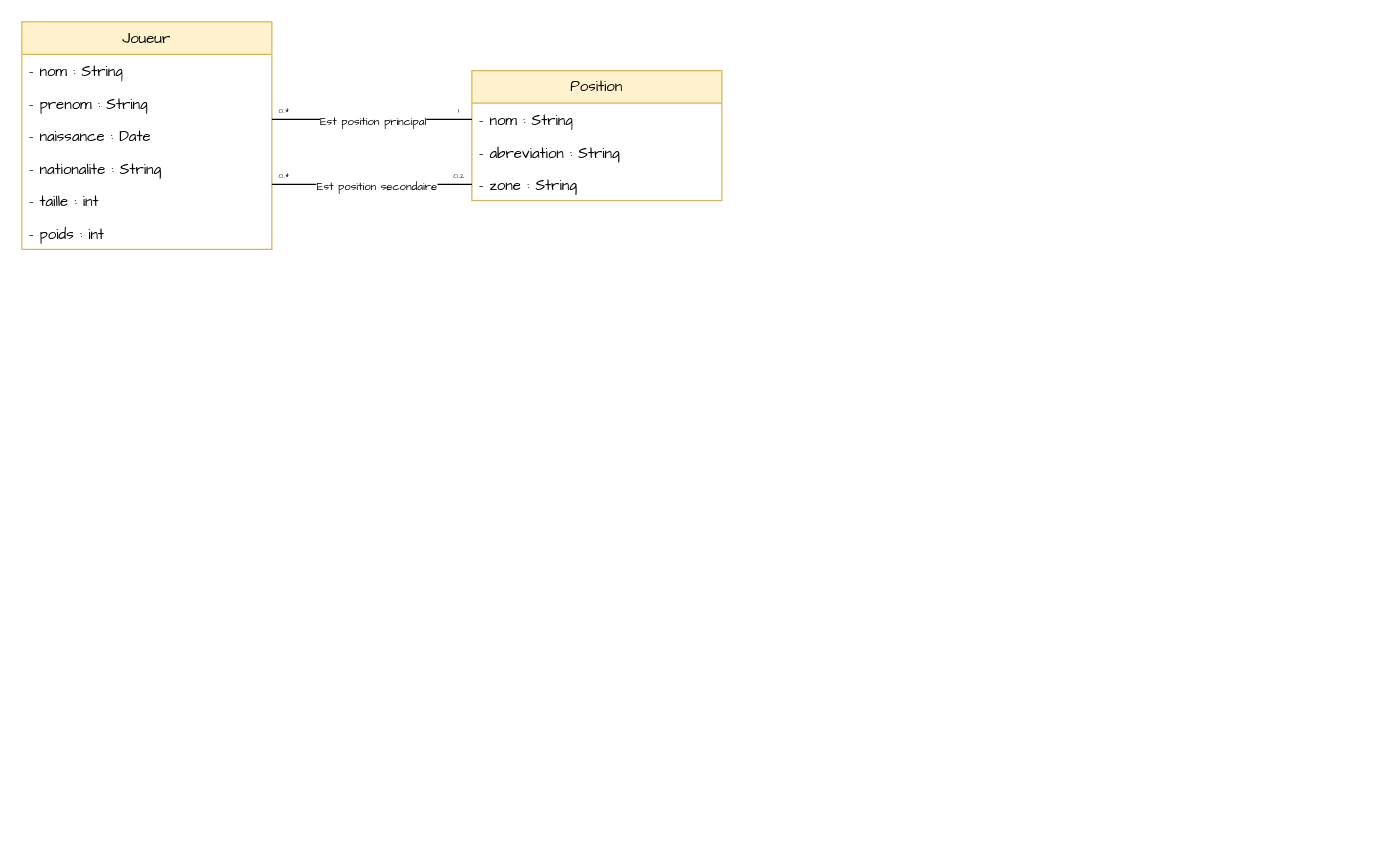
Above: diagramme_classes.drawio in alexandrerahir/PulseCoaching (draw.io), before the change. Source tidied: cells renumbered, new cells numbered last; positions are measured from the earlier drawing's top-left corner, leaving out a move shared by most shapes. Both pictures are drawn from the tidied source at 125%, with x=0, y=0 at pixel (21, 21).
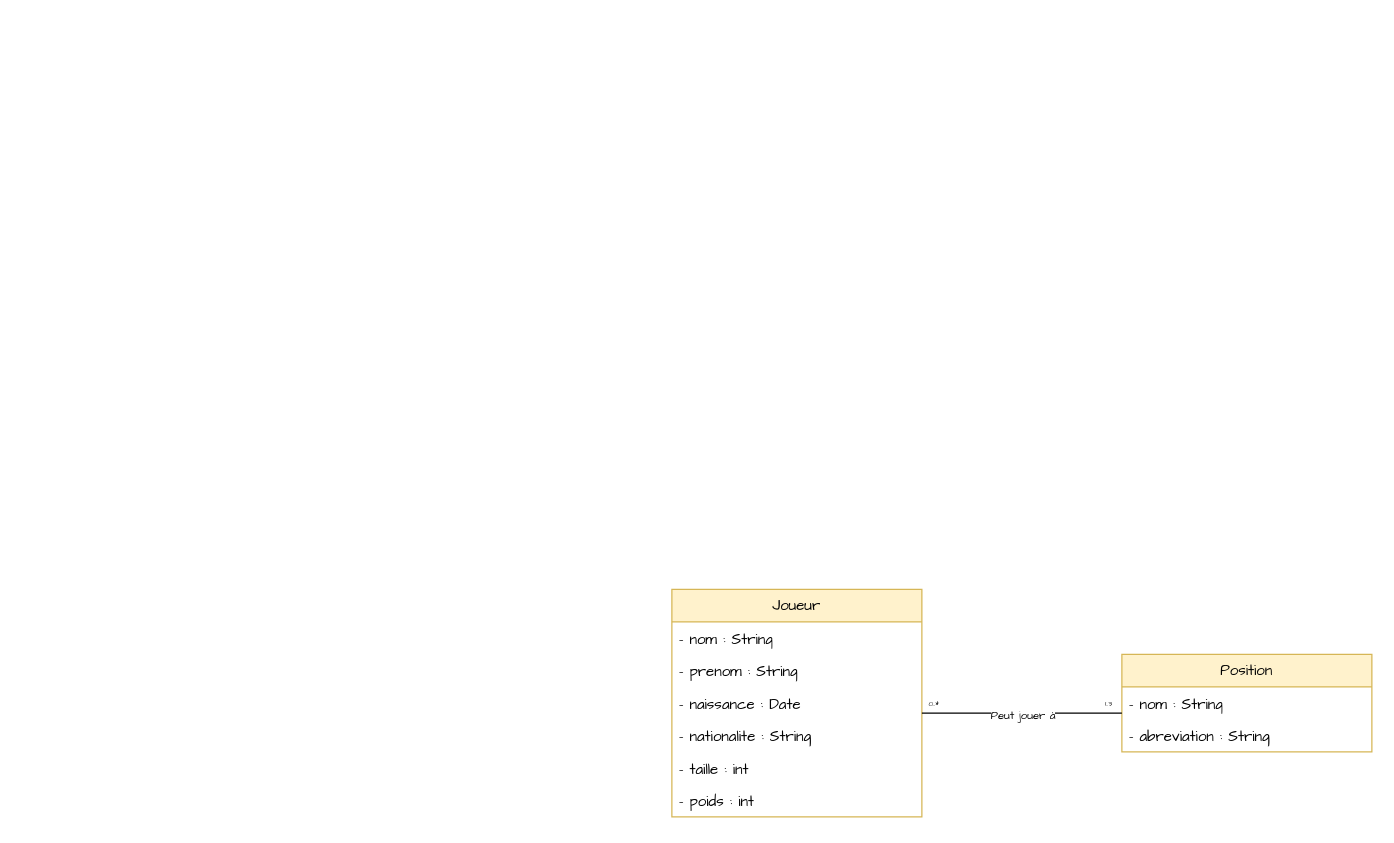
The same diagram, later.

Commit message (it also covers changes not shown here):
Implémentation de la classe Position dans la classe Joueur

Unchanged cells that the change refers to:
```xml
<mxCell id="5" value="&lt;font face=&quot;Comic Sans MS&quot;&gt;- naissance : Date&lt;/font&gt;" style="text;strokeColor=none;fillColor=none;align=left;verticalAlign=top;spacingLeft=4;spacingRight=4;overflow=hidden;points=[[0,0.5],[1,0.5]];portConstraint=eastwest;whiteSpace=wrap;html=1;" parent="2" vertex="1">
  <mxGeometry y="78" width="200" height="26" as="geometry" />
</mxCell>
<mxCell id="7" value="&lt;font face=&quot;Comic Sans MS&quot;&gt;- taille : int&lt;/font&gt;" style="text;strokeColor=none;fillColor=none;align=left;verticalAlign=top;spacingLeft=4;spacingRight=4;overflow=hidden;points=[[0,0.5],[1,0.5]];portConstraint=eastwest;whiteSpace=wrap;html=1;" parent="2" vertex="1">
  <mxGeometry y="130" width="200" height="26" as="geometry" />
</mxCell>
<mxCell id="10" value="&lt;font style=&quot;&quot; face=&quot;Comic Sans MS&quot;&gt;- nom : String&lt;/font&gt;" style="text;strokeColor=none;fillColor=none;align=left;verticalAlign=top;spacingLeft=4;spacingRight=4;overflow=hidden;points=[[0,0.5],[1,0.5]];portConstraint=eastwest;whiteSpace=wrap;html=1;" parent="9" vertex="1">
  <mxGeometry y="26" width="200" height="26" as="geometry" />
</mxCell>
```

Diff of the diagram source:
```diff
@@
     <mxCell id="2" value="&lt;font face=&quot;Comic Sans MS&quot;&gt;Joueur&lt;/font&gt;" style="swimlane;fontStyle=0;horizontal=1;startSize=26;fillColor=#fff2cc;whiteSpace=wrap;html=1;strokeColor=#d6b656;" parent="1" vertex="1">
-      <mxGeometry width="200" height="182" as="geometry" />
+      <mxGeometry x="520" y="454" width="200" height="182" as="geometry" />
     </mxCell>
@@
     <mxCell id="9" value="&lt;font face=&quot;Comic Sans MS&quot;&gt;Position&lt;/font&gt;" style="swimlane;fontStyle=0;horizontal=1;startSize=26;fillColor=#fff2cc;whiteSpace=wrap;html=1;strokeColor=#d6b656;" parent="1" vertex="1">
-      <mxGeometry x="360" y="39" width="200" height="104" as="geometry" />
+      <mxGeometry x="880" y="506" width="200" height="78" as="geometry" />
     </mxCell>
@@
-    <mxCell id="12" value="&lt;font style=&quot;&quot; face=&quot;Comic Sans MS&quot;&gt;- zone : String&lt;/font&gt;" style="text;strokeColor=none;fillColor=none;align=left;verticalAlign=top;spacingLeft=4;spacingRight=4;overflow=hidden;points=[[0,0.5],[1,0.5]];portConstraint=eastwest;whiteSpace=wrap;html=1;" parent="9" vertex="1">
-      <mxGeometry y="78" width="200" height="26" as="geometry" />
-    </mxCell>
-    <mxCell id="13" style="edgeStyle=orthogonalEdgeStyle;rounded=0;jettySize=auto;html=1;entryX=0;entryY=0.5;entryDx=0;entryDy=0;endArrow=none;startFill=0;" parent="1" edge="1" source="5" target="10">
-      <mxGeometry relative="1" as="geometry">
-        <Array as="points">
-          <mxPoint x="240" y="78" />
-          <mxPoint x="240" y="78" />
-        </Array>
-      </mxGeometry>
-    </mxCell>
-    <mxCell id="14" value="&lt;font style=&quot;font-size: 9px;&quot; face=&quot;Comic Sans MS&quot;&gt;Est position principal&lt;/font&gt;" style="edgeLabel;html=1;align=center;verticalAlign=middle;" parent="13" vertex="1">
-      <mxGeometry x="0.15" relative="1" as="geometry">
-        <mxPoint x="-12" as="offset" />
-      </mxGeometry>
-    </mxCell>
-    <mxCell id="15" style="edgeStyle=orthogonalEdgeStyle;rounded=0;jettySize=auto;html=1;entryX=0;entryY=0.5;entryDx=0;entryDy=0;endArrow=none;startFill=0;" parent="1" edge="1" source="7" target="12">
+    <mxCell id="15" style="edgeStyle=orthogonalEdgeStyle;rounded=0;orthogonalLoop=1;jettySize=auto;html=1;entryX=1;entryY=0;entryDx=0;entryDy=0;endArrow=none;startFill=0;" parent="1" edge="1">
       <mxGeometry relative="1" as="geometry">
+        <mxPoint x="720" y="553" as="sourcePoint" />
+        <mxPoint x="880" y="553" as="targetPoint" />
         <Array as="points">
-          <mxPoint x="240" y="130" />
-          <mxPoint x="240" y="130" />
+          <mxPoint x="720" y="553" />
         </Array>
       </mxGeometry>
     </mxCell>
-    <mxCell id="16" value="&lt;font face=&quot;Comic Sans MS&quot; style=&quot;font-size: 9px;&quot;&gt;Est position secondaire&lt;/font&gt;" style="edgeLabel;html=1;align=center;verticalAlign=middle;" parent="15" vertex="1">
-      <mxGeometry x="0.04" relative="1" as="geometry" />
-    </mxCell>
-    <mxCell id="17" value="&lt;font face=&quot;Comic Sans MS&quot; style=&quot;font-size: 6px;&quot;&gt;0..*&lt;/font&gt;" style="text;html=1;align=center;verticalAlign=middle;whiteSpace=wrap;rounded=0;" parent="1" vertex="1">
-      <mxGeometry x="200" y="60" width="20" height="18" as="geometry" />
-    </mxCell>
-    <mxCell id="18" value="&lt;font face=&quot;Comic Sans MS&quot; style=&quot;font-size: 6px;&quot;&gt;1&lt;/font&gt;" style="text;html=1;align=center;verticalAlign=middle;whiteSpace=wrap;rounded=0;" parent="1" vertex="1">
-      <mxGeometry x="340" y="60" width="20" height="18" as="geometry" />
-    </mxCell>
-    <mxCell id="19" value="&lt;font face=&quot;Comic Sans MS&quot; style=&quot;font-size: 6px;&quot;&gt;0..2&lt;/font&gt;" style="text;html=1;align=center;verticalAlign=middle;whiteSpace=wrap;rounded=0;" parent="1" vertex="1">
-      <mxGeometry x="340" y="112" width="20" height="18" as="geometry" />
-    </mxCell>
+    <mxCell id="21" value="&lt;span style=&quot;font-family: &amp;quot;Comic Sans MS&amp;quot;; font-size: 9px;&quot;&gt;Peut jouer à&lt;/span&gt;" style="edgeLabel;html=1;align=center;verticalAlign=middle;" parent="15" vertex="1">
+      <mxGeometry x="-0.1" y="1" relative="1" as="geometry">
+        <mxPoint x="8" y="1" as="offset" />
+      </mxGeometry>
+    </mxCell>
     <mxCell id="20" value="&lt;font face=&quot;Comic Sans MS&quot; style=&quot;font-size: 6px;&quot;&gt;0..*&lt;/font&gt;" style="text;html=1;align=center;verticalAlign=middle;whiteSpace=wrap;rounded=0;" parent="1" vertex="1">
-      <mxGeometry x="200" y="112" width="20" height="18" as="geometry" />
+      <mxGeometry x="720" y="535" width="20" height="18" as="geometry" />
     </mxCell>
+    <mxCell id="22" value="&lt;font face=&quot;Comic Sans MS&quot; style=&quot;font-size: 6px;&quot;&gt;1..3&lt;/font&gt;" style="text;html=1;align=center;verticalAlign=middle;whiteSpace=wrap;rounded=0;" parent="1" vertex="1">
+      <mxGeometry x="860" y="535" width="20" height="18" as="geometry" />
+    </mxCell>
```
